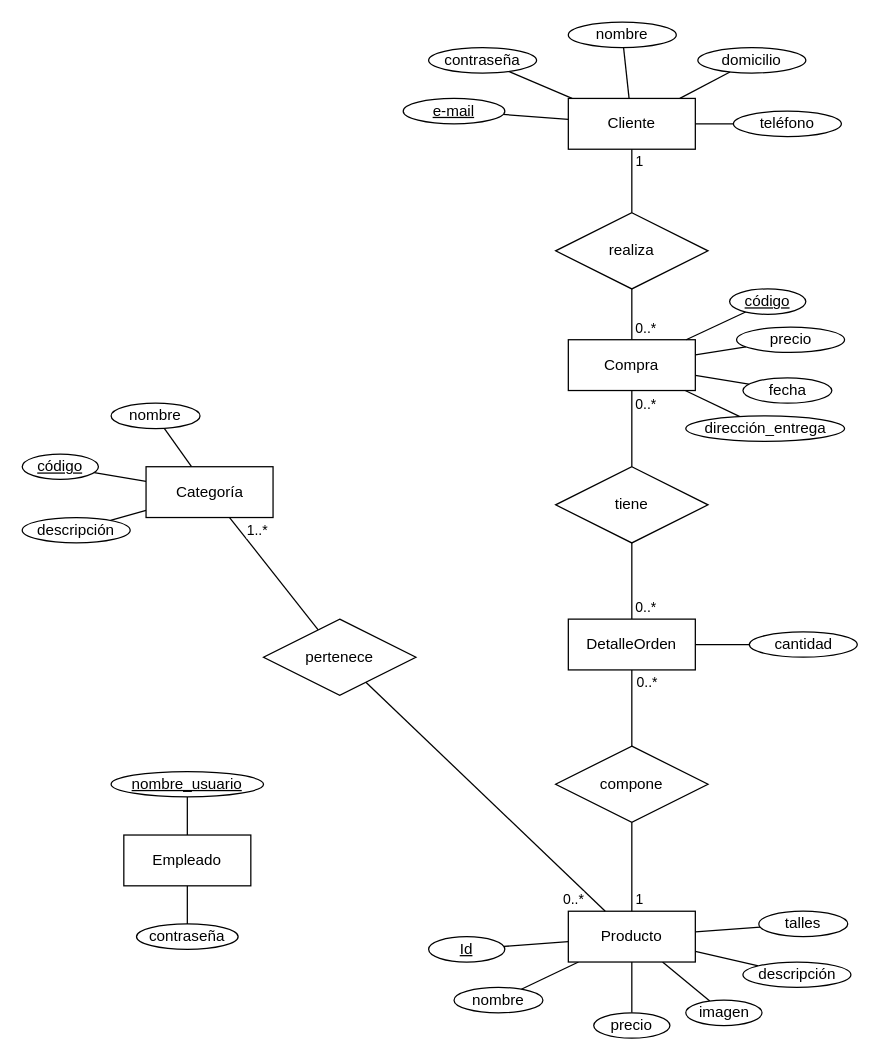
The draw.io diagram design/Diagrama entidad-relación.drawio in iaw-2023/algorithm_avengers-laravel, before the edit. Source tidied: cells renumbered, new cells numbered last; positions are measured from the earlier drawing's top-left corner, leaving out a move shared by most shapes. Both pictures are drawn from the tidied source at 127%, with x=0, y=0 at pixel (22, 22).
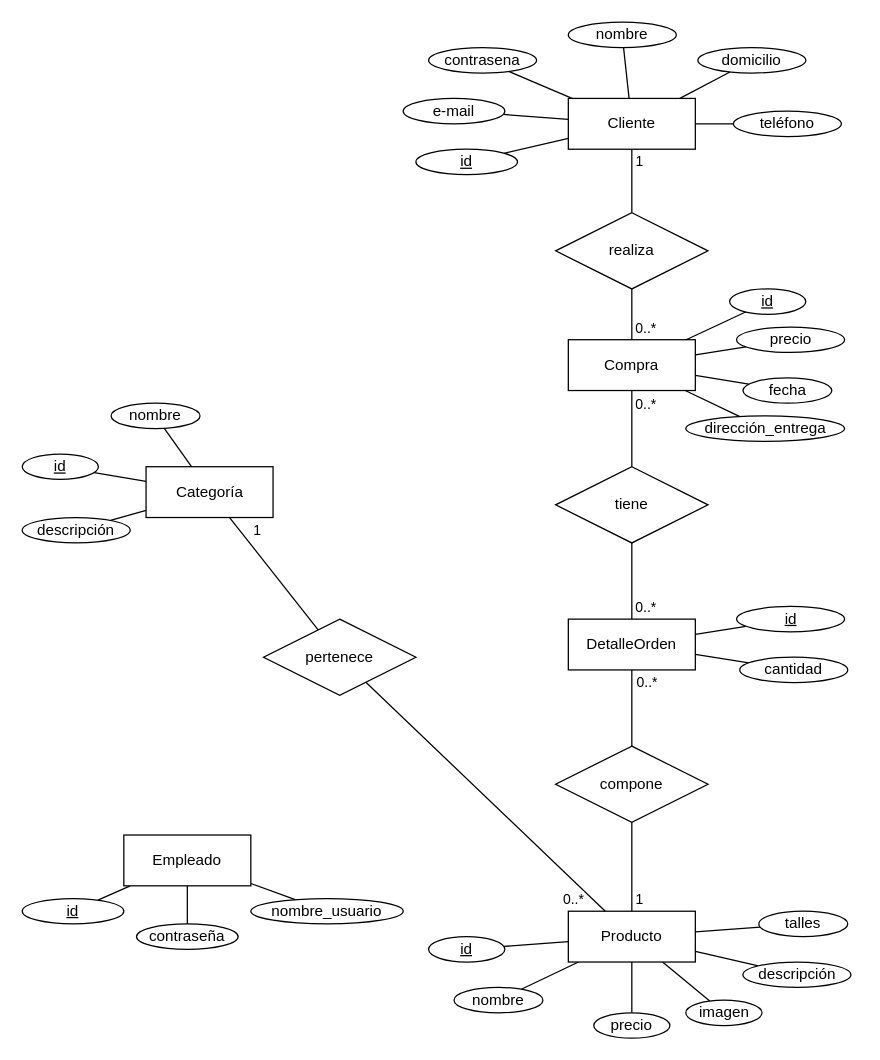
The same diagram, later.

Commit message (it also covers changes not shown here):
Cambiado diagrama de entidad-relacion

Unchanged cells that the change refers to:
```xml
<mxCell id="31" value="Cliente" style="whiteSpace=wrap;html=1;align=center;" parent="1" vertex="1">
  <mxGeometry x="430" y="60" width="100" height="40" as="geometry" />
</mxCell>
<mxCell id="46" value="Empleado" style="whiteSpace=wrap;html=1;align=center;" parent="1" vertex="1">
  <mxGeometry x="80" y="640" width="100" height="40" as="geometry" />
</mxCell>
<mxCell id="55" style="edgeStyle=none;rounded=0;jettySize=auto;html=1;endArrow=none;endFill=0;" parent="1" edge="1" source="59" target="54">
  <mxGeometry relative="1" as="geometry" />
</mxCell>
<mxCell id="67" value="DetalleOrden" style="whiteSpace=wrap;html=1;align=center;" parent="1" vertex="1">
  <mxGeometry x="430" y="470" width="100" height="40" as="geometry" />
</mxCell>
```

Diff of the diagram source:
```diff
@@
-    <mxCell id="9" value="Id" style="ellipse;whiteSpace=wrap;html=1;align=center;fontStyle=4;" parent="1" vertex="1">
+    <mxCell id="9" value="id" style="ellipse;whiteSpace=wrap;html=1;align=center;fontStyle=4;" parent="1" vertex="1">
       <mxGeometry x="320" y="720" width="60" height="20" as="geometry" />
     </mxCell>
@@
-    <mxCell id="26" value="código" style="ellipse;whiteSpace=wrap;html=1;align=center;fontStyle=4;" parent="1" vertex="1">
+    <mxCell id="26" value="id" style="ellipse;whiteSpace=wrap;html=1;align=center;fontStyle=4;" parent="1" vertex="1">
       <mxGeometry x="557" y="210" width="60" height="20" as="geometry" />
     </mxCell>
@@
+    <mxCell id="70" style="rounded=0;jettySize=auto;html=1;endArrow=none;endFill=0;" parent="1" edge="1" source="31" target="74">
+      <mxGeometry relative="1" as="geometry" />
+    </mxCell>
@@
-    <mxCell id="38" value="e-mail" style="ellipse;whiteSpace=wrap;html=1;align=center;fontStyle=4;" parent="1" vertex="1">
+    <mxCell id="38" value="e-mail" style="ellipse;whiteSpace=wrap;html=1;align=center;fontStyle=0;" parent="1" vertex="1">
       <mxGeometry x="300" y="60" width="80" height="20" as="geometry" />
     </mxCell>
-    <mxCell id="39" value="contraseña" style="ellipse;whiteSpace=wrap;html=1;align=center;fontStyle=0;" parent="1" vertex="1">
+    <mxCell id="39" value="contrasena" style="ellipse;whiteSpace=wrap;html=1;align=center;fontStyle=0;" parent="1" vertex="1">
       <mxGeometry x="320" y="20" width="85" height="20" as="geometry" />
     </mxCell>
@@
+    <mxCell id="71" style="rounded=0;jettySize=auto;html=1;endArrow=none;endFill=0;" parent="1" edge="1" source="46" target="73">
+      <mxGeometry relative="1" as="geometry" />
+    </mxCell>
@@
-    <mxCell id="47" value="nombre_usuario" style="ellipse;whiteSpace=wrap;html=1;align=center;fontStyle=4;" parent="1" vertex="1">
-      <mxGeometry x="70" y="590" width="120" height="20" as="geometry" />
+    <mxCell id="47" value="nombre_usuario" style="ellipse;whiteSpace=wrap;html=1;align=center;fontStyle=0;" parent="1" vertex="1">
+      <mxGeometry x="180" y="690" width="120" height="20" as="geometry" />
     </mxCell>
@@
-    <mxCell id="56" value="1..*" style="edgeLabel;html=1;align=center;verticalAlign=middle;" parent="55" vertex="1">
+    <mxCell id="56" value="1" style="edgeLabel;html=1;align=center;verticalAlign=middle;" parent="55" vertex="1">
       <mxGeometry x="0.74" y="-4" relative="1" as="geometry">
         <mxPoint x="9" as="offset" />
       </mxGeometry>
     </mxCell>
@@
-    <mxCell id="60" value="código" style="ellipse;whiteSpace=wrap;html=1;align=center;fontStyle=4;" parent="1" vertex="1">
+    <mxCell id="60" value="id" style="ellipse;whiteSpace=wrap;html=1;align=center;fontStyle=4;" parent="1" vertex="1">
       <mxGeometry y="340" width="60" height="20" as="geometry" />
     </mxCell>
@@
+    <mxCell id="72" style="rounded=0;jettySize=auto;html=1;endArrow=none;endFill=0;" parent="1" edge="1" source="67" target="75">
+      <mxGeometry relative="1" as="geometry" />
+    </mxCell>
@@
     <mxCell id="68" value="cantidad" style="ellipse;whiteSpace=wrap;html=1;align=center;fontStyle=0;" parent="1" vertex="1">
-      <mxGeometry x="572.5" y="480" width="85" height="20" as="geometry" />
+      <mxGeometry x="565" y="500" width="85" height="20" as="geometry" />
     </mxCell>
@@
+    <mxCell id="73" value="id" style="ellipse;whiteSpace=wrap;html=1;align=center;fontStyle=4;" parent="1" vertex="1">
+      <mxGeometry y="690" width="80" height="20" as="geometry" />
+    </mxCell>
+    <mxCell id="74" value="id" style="ellipse;whiteSpace=wrap;html=1;align=center;fontStyle=4;" parent="1" vertex="1">
+      <mxGeometry x="310" y="100" width="80" height="20" as="geometry" />
+    </mxCell>
+    <mxCell id="75" value="id" style="ellipse;whiteSpace=wrap;html=1;align=center;fontStyle=4;" parent="1" vertex="1">
+      <mxGeometry x="562.5" y="460" width="85" height="20" as="geometry" />
+    </mxCell>
```
